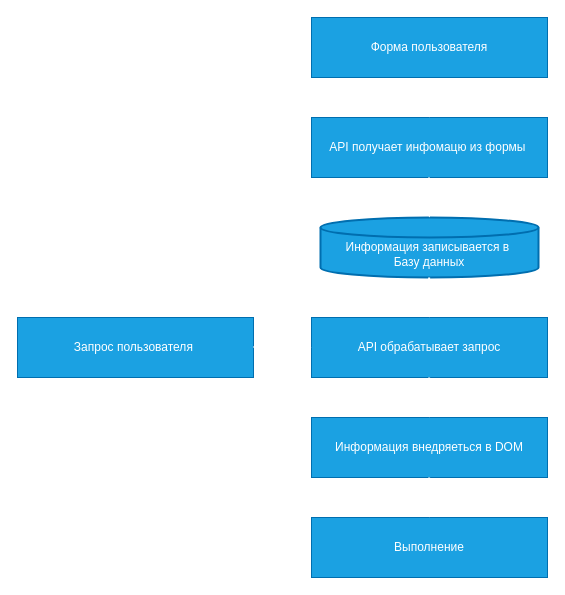
The draw.io diagram WEB/XSS/diagrams/StoredXSS.drawio in piypil/6ukuna, before the edit. Source tidied: cells renumbered, new cells numbered last; positions are measured from the earlier drawing's top-left corner, leaving out a move shared by most shapes. Both pictures are drawn from the tidied source at 100%, with x=0, y=0 at pixel (17, 17).
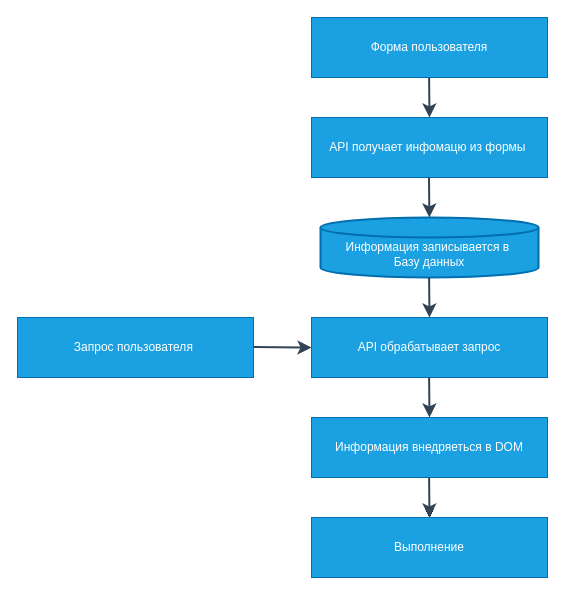
After the change.

The change refers to these unchanged cells:
```xml
<mxCell id="3" value="API обрабатывает запрос" style="rounded=0;whiteSpace=wrap;fillColor=#1ba1e2;fontColor=#ffffff;strokeColor=#006EAF;fixDash=0;backgroundOutline=0;enumerate=0;comic=0;snapToPoint=0;shadow=0;" parent="1" vertex="1">
  <mxGeometry x="294" y="300" width="236" height="60" as="geometry" />
</mxCell>
<mxCell id="4" value="Информация внедряеться в DOM" style="rounded=0;whiteSpace=wrap;fillColor=#1ba1e2;fontColor=#ffffff;strokeColor=#006EAF;fixDash=0;backgroundOutline=0;enumerate=0;comic=0;snapToPoint=0;shadow=0;" parent="1" vertex="1">
  <mxGeometry x="294" y="400" width="236" height="60" as="geometry" />
</mxCell>
<mxCell id="5" value="Выполнение" style="rounded=0;whiteSpace=wrap;fillColor=#1ba1e2;fontColor=#ffffff;strokeColor=#006EAF;fixDash=0;backgroundOutline=0;enumerate=0;comic=0;snapToPoint=0;shadow=0;" parent="1" vertex="1">
  <mxGeometry x="294" y="500" width="236" height="60" as="geometry" />
</mxCell>
```

The edit, as a diff of the source:
```diff
@@
+    <mxCell id="15" style="edgeStyle=orthogonalEdgeStyle;rounded=0;jettySize=auto;html=1;" parent="1" edge="1" source="4" target="5">
+      <mxGeometry relative="1" as="geometry" />
+    </mxCell>
+    <mxCell id="16" style="edgeStyle=orthogonalEdgeStyle;rounded=0;jettySize=auto;html=1;" parent="1" edge="1" source="4" target="5">
+      <mxGeometry relative="1" as="geometry" />
+    </mxCell>
+    <mxCell id="17" style="edgeStyle=orthogonalEdgeStyle;rounded=0;jettySize=auto;html=1;" parent="1" edge="1" source="4" target="5">
+      <mxGeometry relative="1" as="geometry" />
+    </mxCell>
@@
-    <mxCell id="8" style="endArrow=classic;endSize=8;startSize=8;jumpSize=7;strokeWidth=2;fixDash=0;backgroundOutline=0;enumerate=0;comic=0;snapToPoint=0;shadow=0;strokeColor=#FFFFFF;fillColor=#1ba1e2;" parent="1" edge="1">
+    <mxCell id="8" style="endArrow=classic;endSize=8;startSize=8;jumpSize=7;strokeWidth=2;fixDash=0;backgroundOutline=0;enumerate=0;comic=0;snapToPoint=0;shadow=0;strokeColor=#314354;fillColor=#647687;" parent="1" edge="1">
       <mxGeometry relative="1" as="geometry">
         <mxPoint x="411.6" y="60" as="sourcePoint" />
         <mxPoint x="412" y="100" as="targetPoint" />
       </mxGeometry>
     </mxCell>
-    <mxCell id="9" style="endArrow=classic;endSize=8;startSize=8;jumpSize=7;strokeWidth=2;fixDash=0;backgroundOutline=0;enumerate=0;comic=0;snapToPoint=0;shadow=0;strokeColor=#FFFFFF;" parent="1" edge="1">
+    <mxCell id="9" style="endArrow=classic;endSize=8;startSize=8;jumpSize=7;strokeWidth=2;fixDash=0;backgroundOutline=0;enumerate=0;comic=0;snapToPoint=0;shadow=0;strokeColor=#314354;fillColor=#647687;" parent="1" edge="1">
       <mxGeometry relative="1" as="geometry">
         <mxPoint x="411.5" y="160" as="sourcePoint" />
         <mxPoint x="411.9" y="200" as="targetPoint" />
       </mxGeometry>
     </mxCell>
-    <mxCell id="10" style="endArrow=classic;endSize=8;startSize=8;jumpSize=7;strokeWidth=2;fixDash=0;backgroundOutline=0;enumerate=0;comic=0;snapToPoint=0;shadow=0;strokeColor=#FFFFFF;fillColor=#1ba1e2;" parent="1" edge="1">
+    <mxCell id="10" style="endArrow=classic;endSize=8;startSize=8;jumpSize=7;strokeWidth=2;fixDash=0;backgroundOutline=0;enumerate=0;comic=0;snapToPoint=0;shadow=0;strokeColor=#314354;fillColor=#647687;" parent="1" edge="1">
       <mxGeometry relative="1" as="geometry">
         <mxPoint x="411.6" y="260" as="sourcePoint" />
         <mxPoint x="412" y="300" as="targetPoint" />
       </mxGeometry>
     </mxCell>
-    <mxCell id="11" style="endArrow=classic;endSize=8;startSize=8;jumpSize=7;strokeWidth=2;fixDash=0;backgroundOutline=0;enumerate=0;comic=0;snapToPoint=0;shadow=0;strokeColor=#FFFFFF;fillColor=#1ba1e2;" parent="1" edge="1">
+    <mxCell id="11" style="endArrow=classic;endSize=8;startSize=8;jumpSize=7;strokeWidth=2;fixDash=0;backgroundOutline=0;enumerate=0;comic=0;snapToPoint=0;shadow=0;strokeColor=#314354;fillColor=#647687;" parent="1" edge="1">
       <mxGeometry relative="1" as="geometry">
         <mxPoint x="411.6" y="360" as="sourcePoint" />
         <mxPoint x="412" y="400" as="targetPoint" />
       </mxGeometry>
     </mxCell>
-    <mxCell id="12" style="endArrow=classic;endSize=8;startSize=8;jumpSize=7;strokeWidth=2;fixDash=0;backgroundOutline=0;enumerate=0;comic=0;snapToPoint=0;shadow=0;strokeColor=#FFFFFF;fillColor=#1ba1e2;" parent="1" edge="1">
+    <mxCell id="12" style="endArrow=classic;endSize=8;startSize=8;jumpSize=7;strokeWidth=2;fixDash=0;backgroundOutline=0;enumerate=0;comic=0;snapToPoint=0;shadow=0;strokeColor=#314354;fillColor=#647687;" parent="1" edge="1">
       <mxGeometry relative="1" as="geometry">
         <mxPoint x="411.6" y="460" as="sourcePoint" />
         <mxPoint x="412" y="500" as="targetPoint" />
       </mxGeometry>
     </mxCell>
-    <mxCell id="13" style="endArrow=classic;endSize=8;startSize=8;jumpSize=7;strokeWidth=2;fixDash=0;backgroundOutline=0;enumerate=0;comic=0;snapToPoint=0;shadow=0;strokeColor=#FFFFFF;fillColor=#1ba1e2;entryX=0;entryY=0.5;entryDx=0;entryDy=0;" parent="1" edge="1" target="3">
+    <mxCell id="13" style="endArrow=classic;endSize=8;startSize=8;jumpSize=7;strokeWidth=2;fixDash=0;backgroundOutline=0;enumerate=0;comic=0;snapToPoint=0;shadow=0;strokeColor=#314354;fillColor=#647687;entryX=0;entryY=0.5;entryDx=0;entryDy=0;" parent="1" edge="1" target="3">
       <mxGeometry relative="1" as="geometry">
         <mxPoint x="236" y="329.6" as="sourcePoint" />
       </mxGeometry>
     </mxCell>
```
